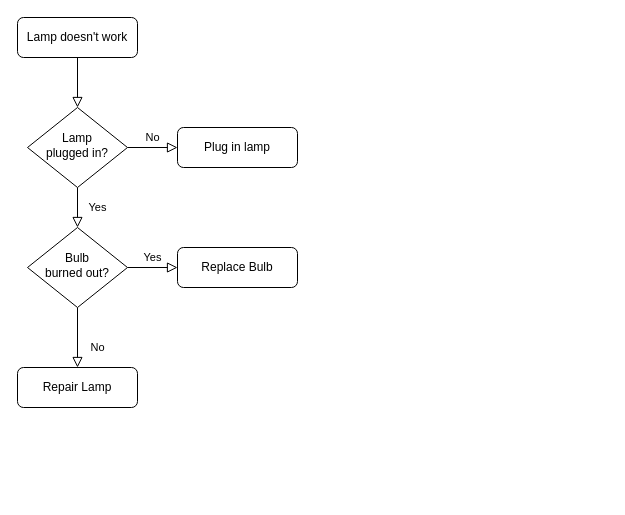
This is bishe/登录系统.drawio from SANZONGi/draw, a draw.io file, before an edit. Source tidied: cells renumbered, new cells numbered last; positions are measured from the earlier drawing's top-left corner, leaving out a move shared by most shapes. Both pictures are drawn from the tidied source at 100%, with x=0, y=0 at pixel (17, 17).
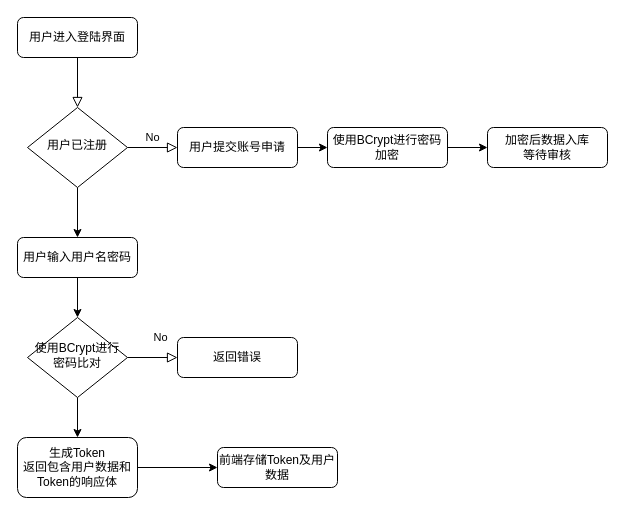
After the change.

Commit message:
更新登录系统.drawio

What changed in the source:
```diff
@@
-    <mxCell id="3" value="Lamp doesn't work" style="rounded=1;whiteSpace=wrap;html=1;fontSize=12;glass=0;strokeWidth=1;shadow=0;" parent="1" vertex="1">
+    <mxCell id="3" value="用户进入登陆界面" style="rounded=1;whiteSpace=wrap;html=1;fontSize=12;glass=0;strokeWidth=1;shadow=0;" parent="1" vertex="1">
       <mxGeometry width="120" height="40" as="geometry" />
     </mxCell>
-    <mxCell id="4" value="Yes" style="rounded=0;html=1;jettySize=auto;fontSize=11;endArrow=block;endFill=0;endSize=8;strokeWidth=1;shadow=0;labelBackgroundColor=none;edgeStyle=orthogonalEdgeStyle;" parent="1" edge="1" source="6" target="10">
-      <mxGeometry y="20" relative="1" as="geometry" />
-    </mxCell>
@@
+    <mxCell id="13" style="edgeStyle=orthogonalEdgeStyle;rounded=0;jettySize=auto;html=1;exitX=0.5;exitY=1;exitDx=0;exitDy=0;entryX=0.5;entryY=0;entryDx=0;entryDy=0;" parent="1" edge="1" source="6" target="17">
+      <mxGeometry relative="1" as="geometry" />
+    </mxCell>
-    <mxCell id="6" value="Lamp&lt;br&gt;plugged in?" style="rhombus;whiteSpace=wrap;html=1;shadow=0;fontFamily=Helvetica;fontSize=12;align=center;strokeWidth=1;spacing=6;spacingTop=-4;" parent="1" vertex="1">
+    <mxCell id="6" value="用户已注册" style="rhombus;whiteSpace=wrap;html=1;shadow=0;fontFamily=Helvetica;fontSize=12;align=center;strokeWidth=1;spacing=6;spacingTop=-4;" parent="1" vertex="1">
       <mxGeometry x="10" y="90" width="100" height="80" as="geometry" />
     </mxCell>
+    <mxCell id="14" style="edgeStyle=orthogonalEdgeStyle;rounded=0;jettySize=auto;html=1;exitX=1;exitY=0.5;exitDx=0;exitDy=0;entryX=0;entryY=0.5;entryDx=0;entryDy=0;" parent="1" edge="1" source="7" target="19">
+      <mxGeometry relative="1" as="geometry" />
+    </mxCell>
-    <mxCell id="7" value="Plug in lamp" style="rounded=1;whiteSpace=wrap;html=1;fontSize=12;glass=0;strokeWidth=1;shadow=0;" parent="1" vertex="1">
+    <mxCell id="7" value="用户提交账号申请" style="rounded=1;whiteSpace=wrap;html=1;fontSize=12;glass=0;strokeWidth=1;shadow=0;" parent="1" vertex="1">
       <mxGeometry x="160" y="110" width="120" height="40" as="geometry" />
     </mxCell>
@@
-    <mxCell id="9" value="Yes" style="edgeStyle=orthogonalEdgeStyle;rounded=0;html=1;jettySize=auto;fontSize=11;endArrow=block;endFill=0;endSize=8;strokeWidth=1;shadow=0;labelBackgroundColor=none;" parent="1" edge="1" source="10" target="12">
-      <mxGeometry y="10" relative="1" as="geometry" />
-    </mxCell>
+    <mxCell id="15" style="edgeStyle=orthogonalEdgeStyle;rounded=0;jettySize=auto;html=1;exitX=0.5;exitY=1;exitDx=0;exitDy=0;entryX=0.5;entryY=0;entryDx=0;entryDy=0;" parent="1" edge="1" source="10" target="22">
+      <mxGeometry relative="1" as="geometry" />
+    </mxCell>
-    <mxCell id="10" value="Bulb&lt;br&gt;burned out?" style="rhombus;whiteSpace=wrap;html=1;shadow=0;fontFamily=Helvetica;fontSize=12;align=center;strokeWidth=1;spacing=6;spacingTop=-4;" parent="1" vertex="1">
-      <mxGeometry x="10" y="210" width="100" height="80" as="geometry" />
+    <mxCell id="10" value="使用BCrypt进行密码比对" style="rhombus;whiteSpace=wrap;html=1;shadow=0;fontFamily=Helvetica;fontSize=12;align=center;strokeWidth=1;spacing=6;spacingTop=-4;" parent="1" vertex="1">
+      <mxGeometry x="10" y="300" width="100" height="80" as="geometry" />
     </mxCell>
-    <mxCell id="11" value="Repair Lamp" style="rounded=1;whiteSpace=wrap;html=1;fontSize=12;glass=0;strokeWidth=1;shadow=0;" parent="1" vertex="1">
-      <mxGeometry y="350" width="120" height="40" as="geometry" />
+    <mxCell id="11" value="返回错误" style="rounded=1;whiteSpace=wrap;html=1;fontSize=12;glass=0;strokeWidth=1;shadow=0;" parent="1" vertex="1">
+      <mxGeometry x="160" y="320" width="120" height="40" as="geometry" />
     </mxCell>
-    <mxCell id="12" value="Replace Bulb" style="rounded=1;whiteSpace=wrap;html=1;fontSize=12;glass=0;strokeWidth=1;shadow=0;" parent="1" vertex="1">
-      <mxGeometry x="160" y="230" width="120" height="40" as="geometry" />
-    </mxCell>
+    <mxCell id="16" style="edgeStyle=orthogonalEdgeStyle;rounded=0;jettySize=auto;html=1;exitX=0.5;exitY=1;exitDx=0;exitDy=0;entryX=0.5;entryY=0;entryDx=0;entryDy=0;" parent="1" edge="1" source="17" target="10">
+      <mxGeometry relative="1" as="geometry" />
+    </mxCell>
+    <mxCell id="17" value="用户输入用户名密码" style="rounded=1;whiteSpace=wrap;html=1;fontSize=12;glass=0;strokeWidth=1;shadow=0;" parent="1" vertex="1">
+      <mxGeometry y="220" width="120" height="40" as="geometry" />
+    </mxCell>
+    <mxCell id="18" style="edgeStyle=orthogonalEdgeStyle;rounded=0;jettySize=auto;html=1;exitX=1;exitY=0.5;exitDx=0;exitDy=0;entryX=0;entryY=0.5;entryDx=0;entryDy=0;" parent="1" edge="1" source="19" target="20">
+      <mxGeometry relative="1" as="geometry" />
+    </mxCell>
+    <mxCell id="19" value="使用BCrypt进行密码加密" style="rounded=1;whiteSpace=wrap;html=1;fontSize=12;glass=0;strokeWidth=1;shadow=0;" parent="1" vertex="1">
+      <mxGeometry x="310" y="110" width="120" height="40" as="geometry" />
+    </mxCell>
+    <mxCell id="20" value="加密后数据入库&lt;br&gt;等待审核" style="rounded=1;whiteSpace=wrap;html=1;fontSize=12;glass=0;strokeWidth=1;shadow=0;" parent="1" vertex="1">
+      <mxGeometry x="470" y="110" width="120" height="40" as="geometry" />
+    </mxCell>
+    <mxCell id="21" style="edgeStyle=orthogonalEdgeStyle;rounded=0;jettySize=auto;html=1;exitX=1;exitY=0.5;exitDx=0;exitDy=0;" parent="1" edge="1" source="22" target="23">
+      <mxGeometry relative="1" as="geometry" />
+    </mxCell>
+    <mxCell id="22" value="生成Token&lt;br&gt;返回包含用户数据和Token的响应体" style="rounded=1;whiteSpace=wrap;html=1;fontSize=12;glass=0;strokeWidth=1;shadow=0;" parent="1" vertex="1">
+      <mxGeometry y="420" width="120" height="60" as="geometry" />
+    </mxCell>
+    <mxCell id="23" value="前端存储Token及用户数据" style="rounded=1;whiteSpace=wrap;html=1;fontSize=12;glass=0;strokeWidth=1;shadow=0;" parent="1" vertex="1">
+      <mxGeometry x="200" y="430" width="120" height="40" as="geometry" />
+    </mxCell>
```
